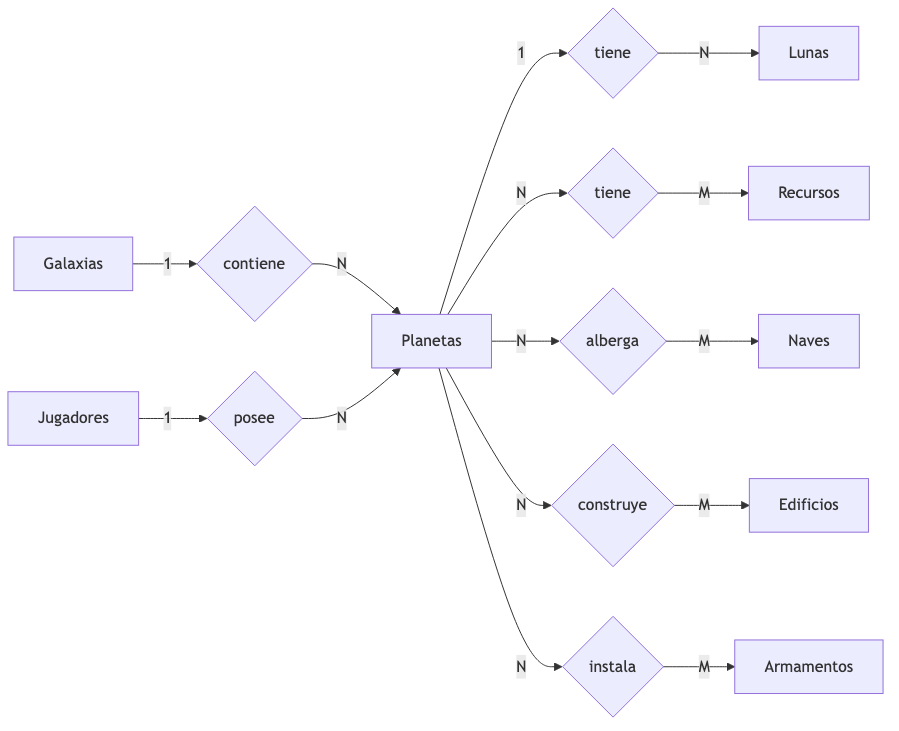
The Mermaid diagram base-de-datos-parcial-1-main/docs/DER_grafico.png in Camila-Ianni/base-de-datos-parcial-1, before a commit. Its source is kept beside it as base-de-datos-parcial-1-main/docs/DER_grafico.mmd.
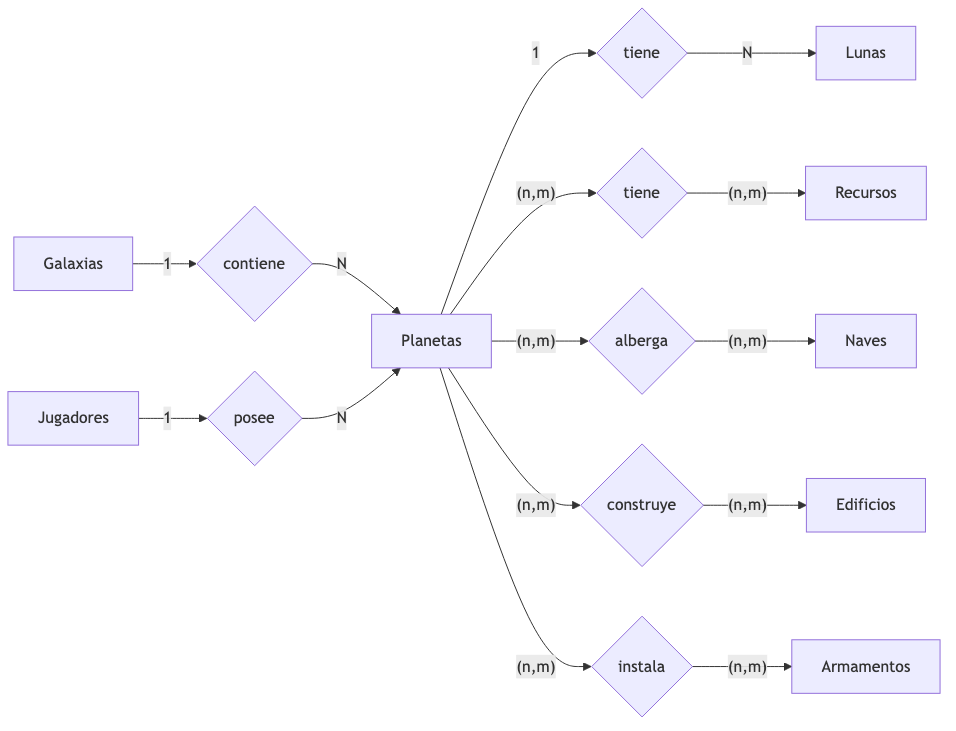
Later version of the same file.

The edit, as a diff of the source:
```diff
@@ -25,14 +25,14 @@
     P -- "1" --> RL
     RL -- "N" --> L
 
-    P -- "N" --> RR
-    RR -- "M" --> R
+    P -- "(n,m)" --> RR
+    RR -- "(n,m)" --> R
 
-    P -- "N" --> RN
-    RN -- "M" --> N
+    P -- "(n,m)" --> RN
+    RN -- "(n,m)" --> N
 
-    P -- "N" --> RE
-    RE -- "M" --> E
+    P -- "(n,m)" --> RE
+    RE -- "(n,m)" --> E
 
-    P -- "N" --> RA
-    RA -- "M" --> A
+    P -- "(n,m)" --> RA
+    RA -- "(n,m)" --> A
```
